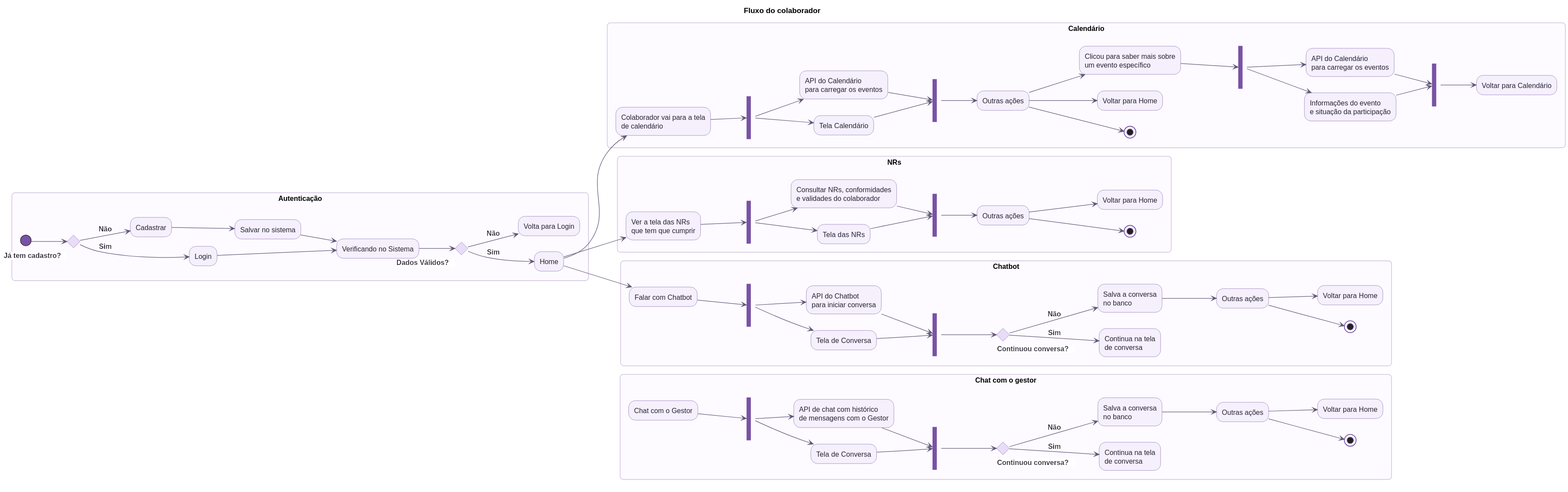
This is diagrams/rendered/fluxo_colaborador.svg from Astro-Inter/astro-eqs-diagrams, a PlantUML export, as it was before one commit.
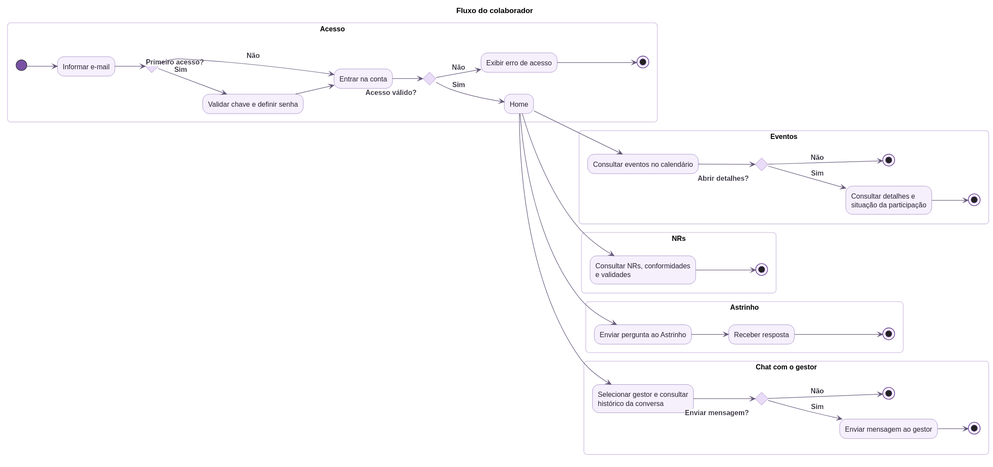
Later version of the same file.

What changed in the source:
```diff
@@ -1,100 +1,56 @@
 @startuml
 !pragma layout smetana
 title Fluxo do colaborador
-
 !include estilo.iuml
 left to right direction
 skinparam packageBorderColor #D9CCE8
-skinparam packageBackgroundColor #FDFBFF
-skinparam nodesep 30
-skinparam ranksep 65
+skinparam nodesep 35
+skinparam ranksep 55
 
-partition "Autenticação" {
-  (*) --> if "\n<back:white>Já tem cadastro?   </back>" then
-    -->[<back:white>Sim</back>] "Login" as login
+partition "Acesso" {
+  (*) --> "Informar e-mail" as email
+  --> if "\n<back:white>Primeiro acesso?   </back>" then
+    -->[<back:white>Sim</back>] "Validar chave e definir senha" as ativar
+    --> "Entrar na conta" as login
   else
-    -->[<back:white>Não</back>] "Cadastrar" as cadastrar
-    --> "Salvar no sistema" as salvar
+    -->[<back:white>Não</back>] login
   endif
-
-  login --> "Verificando no Sistema" as verificar
-  salvar --> verificar
-  verificar --> if "\n<back:white>Dados Válidos?   </back>" then
+  login --> if "\n<back:white>Acesso válido?   </back>" then
     -->[<back:white>Sim</back>] "Home" as home
   else
-    -->[<back:white>Não</back>] "Volta para Login" as voltar_login
+    -->[<back:white>Não</back>] "Exibir erro de acesso" as erro
+    --> (*1)
   endif
 }
 
-partition "Calendário" {
-  home --> "Colaborador vai para a tela\nde calendário" as abrir_calendario
-  --> ===calendario_inicio===
-  --> "Tela Calendário" as tela_calendario
-  --> ===calendario_fim===
-
-  ===calendario_inicio=== --> "API do Calendário\npara carregar os eventos" as api_calendario
-  --> ===calendario_fim===
-  --> "Outras ações" as outras_acoes
-
-  outras_acoes --> (*1)
-  outras_acoes --> "Voltar para Home" as home_calendario
-  outras_acoes --> "Clicou para saber mais sobre\num evento específico" as abrir_evento
-  --> ===evento_inicio===
-  --> "Informações do evento\ne situação da participação" as informacoes_evento
-  --> ===evento_fim===
-
-  ===evento_inicio=== --> "API do Calendário\npara carregar os eventos" as api_evento
-  --> ===evento_fim===
-  --> "Voltar para Calendário" as voltar_calendario
+partition "Eventos" {
+  home --> "Consultar eventos no calendário" as eventos
+  --> if "\n<back:white>Abrir detalhes?   </back>" then
+    -->[<back:white>Sim</back>] "Consultar detalhes e\nsituação da participação" as detalhes
+    --> (*2)
+  else
+    -->[<back:white>Não</back>] (*3)
+  endif
 }
 
 partition "NRs" {
-  home --> "Ver a tela das NRs\nque tem que cumprir" as abrir_nrs
-  --> ===nrs_inicio===
-  --> "Tela das NRs" as tela_nrs
-  --> ===nrs_fim===
-
-  ===nrs_inicio=== --> "Consultar NRs, conformidades\ne validades do colaborador" as consultar_nrs
-  --> ===nrs_fim===
-  --> "Outras ações" as acoes_nrs
-  --> (*2)
-  acoes_nrs --> "Voltar para Home" as home_nrs
+  home --> "Consultar NRs, conformidades\ne validades" as nrs
+  --> (*4)
 }
 
-partition "Chatbot" {
-  home --> "Falar com Chatbot" as abrir_chatbot
-  --> ===chatbot_inicio===
-  --> "Tela de Conversa" as tela_chatbot
-  --> ===chatbot_fim===
-
-  ===chatbot_inicio=== --> "API do Chatbot\npara iniciar conversa" as api_chatbot
-  --> ===chatbot_fim===
-  --> if "\n<back:white>Continuou conversa?   </back>" then
-    -->[<back:white>Sim</back>] "Continua na tela\nde conversa" as continuar_chatbot
-  else
-    -->[<back:white>Não</back>] "Salva a conversa\nno banco" as salvar_chatbot
-    --> "Outras ações" as acoes_chatbot
-    --> (*3)
-  endif
-  acoes_chatbot --> "Voltar para Home" as home_chatbot
-
+partition "Astrinho" {
+  home --> "Enviar pergunta ao Astrinho" as pergunta
+  --> "Receber resposta" as resposta
+  --> (*5)
 }
 
 partition "Chat com o gestor" {
-  home -[hidden]-> "Chat com o Gestor" as abrir_chat_gestor
-  abrir_chat_gestor --> ===gestor_inicio===
-  --> "Tela de Conversa" as tela_chat_gestor
-  --> ===gestor_fim===
-
-  ===gestor_inicio=== --> "API de chat com histórico\nde mensagens com o Gestor" as api_chat_gestor
-  --> ===gestor_fim===
-  --> if "\n<back:white>Continuou conversa?   </back>" then
-    -->[<back:white>Sim</back>] "Continua na tela\nde conversa" as continuar_chat_gestor
+  home --> "Selecionar gestor e consultar\nhistórico da conversa" as contato
+  --> if "\n<back:white>Enviar mensagem?   </back>" then
+    -->[<back:white>Sim</back>] "Enviar mensagem ao gestor" as mensagem
+    --> (*6)
   else
-    -->[<back:white>Não</back>] "Salva a conversa\nno banco" as salvar_chat_gestor
-    --> "Outras ações" as acoes_chat_gestor
-    --> (*4)
+    -->[<back:white>Não</back>] (*7)
   endif
-  acoes_chat_gestor --> "Voltar para Home" as home_chat_gestor
 }
 @enduml
```
